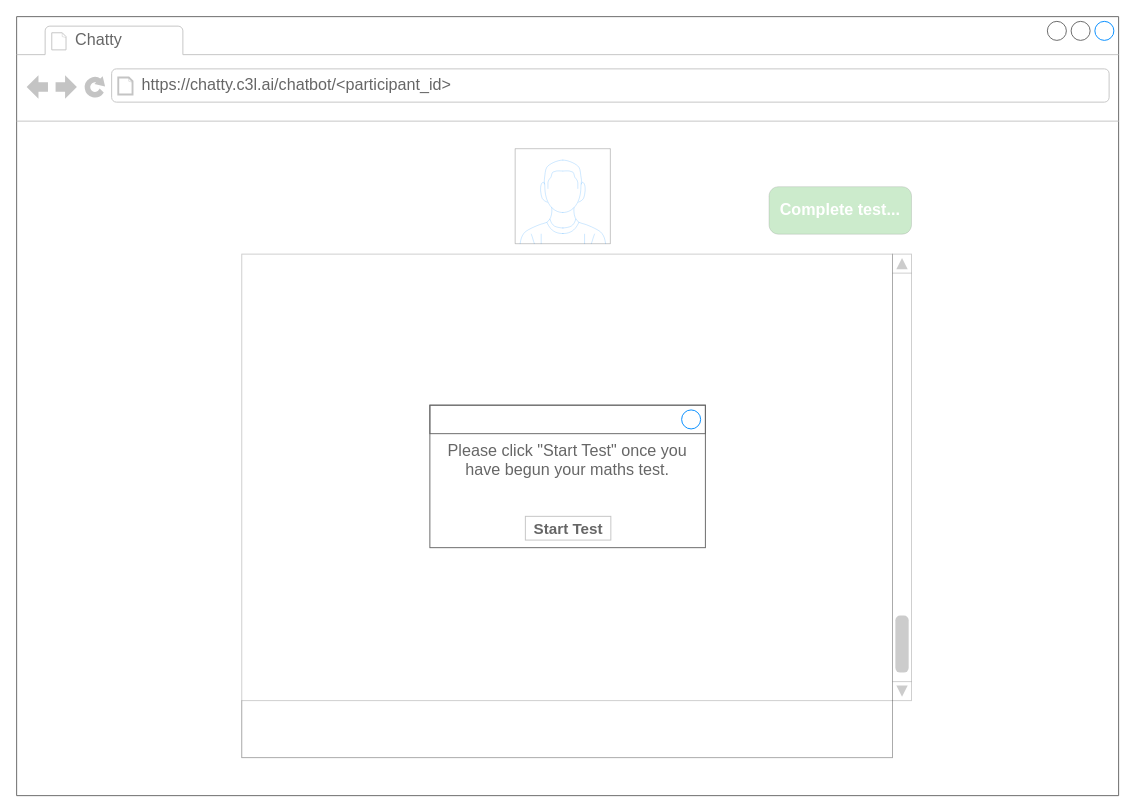
This is page "Chatbot Start" (3 of 8) of docs/Maths_Anxiety_Chatbot_UI.drawio from c3l-lab/maths-anxiety-chatbot, a draw.io file, before an edit. Source tidied: cells renumbered, new cells numbered last; positions are measured from the earlier drawing's top-left corner, leaving out a move shared by most shapes. Both pictures are drawn from the tidied source at 95%, with x=0, y=0 at pixel (16, 16).
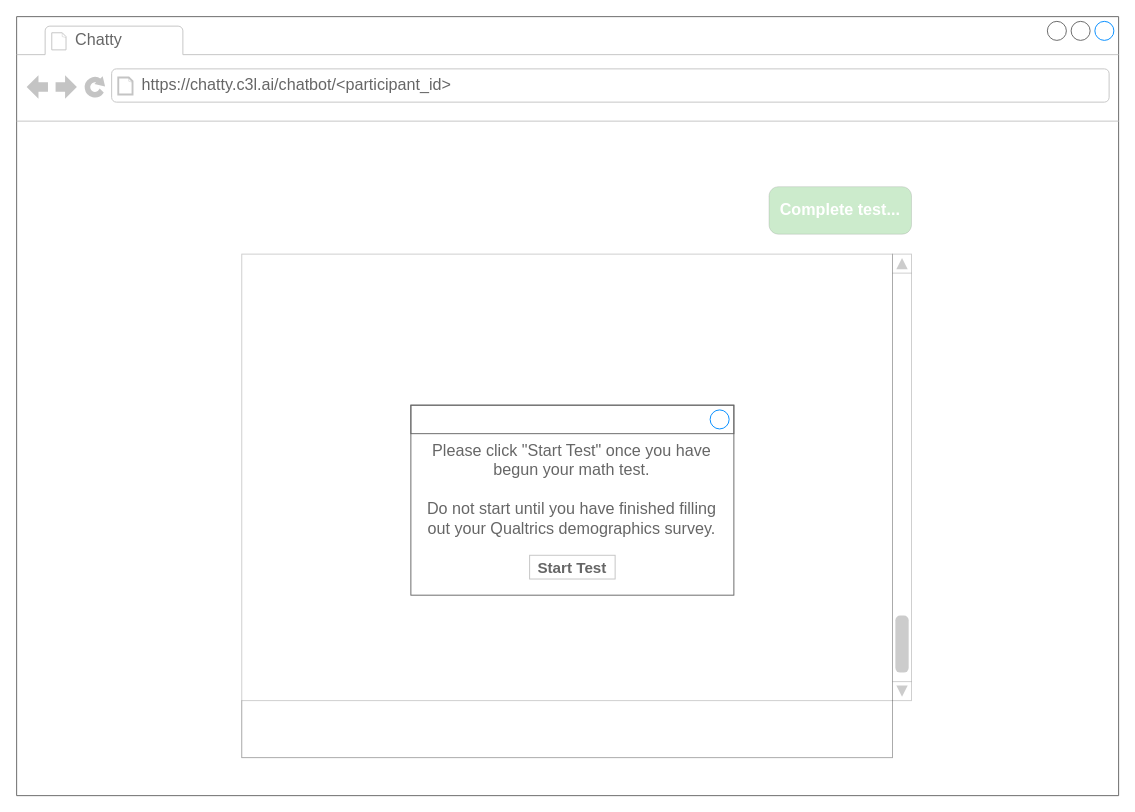
Above is the later version.

What changed in the source:
```diff
@@
 <mxGraphModel>
   <root>
     <mxCell id="0" />
     <mxCell id="1" parent="0" />
     <mxCell id="2" style="strokeWidth=1;shadow=0;dashed=0;align=center;html=1;shape=mxgraph.mockup.containers.browserWindow;rSize=0;strokeColor=#666666;strokeColor2=#008cff;strokeColor3=#c4c4c4;mainText=,;" parent="1" vertex="1">
       <mxGeometry width="1160" height="820" as="geometry" />
     </mxCell>
     <mxCell id="3" value="Chatty" style="strokeWidth=1;shadow=0;dashed=0;align=center;html=1;shape=mxgraph.mockup.containers.anchor;fontSize=17;fontColor=#666666;align=left;whiteSpace=wrap;" parent="2" vertex="1">
       <mxGeometry x="60" y="12" width="110" height="26" as="geometry" />
     </mxCell>
     <mxCell id="4" value="https://chatty.c3l.ai/chatbot/&amp;lt;participant_id&amp;gt;" style="strokeWidth=1;shadow=0;dashed=0;align=center;html=1;shape=mxgraph.mockup.containers.anchor;rSize=0;fontSize=17;fontColor=#666666;align=left;" parent="2" vertex="1">
       <mxGeometry x="130" y="60" width="350" height="26" as="geometry" />
     </mxCell>
-    <mxCell id="5" style="verticalLabelPosition=bottom;shadow=0;dashed=0;align=center;html=1;verticalAlign=top;strokeWidth=1;shape=mxgraph.mockup.containers.userMale;strokeColor=#666666;strokeColor2=#008cff;opacity=20;" parent="1" vertex="1">
-      <mxGeometry x="525" y="139" width="100" height="100" as="geometry" />
-    </mxCell>
     <mxCell id="6" style="rounded=0;whiteSpace=wrap;html=1;opacity=20;" parent="1" vertex="1">
       <mxGeometry x="237" y="250" width="685" height="530" as="geometry" />
     </mxCell>
     <mxCell id="7" style="verticalLabelPosition=bottom;shadow=0;dashed=0;align=center;html=1;verticalAlign=top;strokeWidth=1;shape=mxgraph.mockup.navigation.scrollBar;barPos=2.578;fillColor2=#0000000;strokeColor2=none;direction=north;opacity=20;" parent="1" vertex="1">
       <mxGeometry x="922" y="250" width="20" height="470" as="geometry" />
     </mxCell>
     <mxCell id="8" value="Complete test..." style="strokeWidth=1;shadow=0;dashed=0;align=center;html=1;shape=mxgraph.mockup.buttons.button;strokeColor=#666666;fontColor=#ffffff;mainText=;buttonStyle=round;fontSize=17;fontStyle=1;fillColor=#009900;whiteSpace=wrap;opacity=20;" parent="1" vertex="1">
       <mxGeometry x="792" y="179" width="150" height="50" as="geometry" />
     </mxCell>
     <mxCell id="9" style="rounded=0;whiteSpace=wrap;html=1;opacity=20;" parent="1" vertex="1">
       <mxGeometry x="237" y="720" width="685" height="60" as="geometry" />
     </mxCell>
-    <mxCell id="10" value="Please click &quot;Start Test&quot; once you have begun your maths test." style="strokeWidth=1;shadow=0;dashed=0;align=center;html=1;shape=mxgraph.mockup.containers.rrect;rSize=0;strokeColor=#666666;fontColor=#666666;fontSize=17;verticalAlign=top;whiteSpace=wrap;fillColor=#ffffff;spacingTop=32;spacingLeft=2;spacingRight=2;" parent="1" vertex="1">
-      <mxGeometry x="435" y="409" width="290" height="150" as="geometry" />
+    <mxCell id="10" value="&lt;div&gt;Please click &quot;Start Test&quot; once you have begun your math test.&lt;/div&gt;&lt;div&gt;&lt;br&gt;&lt;/div&gt;&lt;div&gt;Do not start until you have finished filling out your Qualtrics demographics survey.&lt;br&gt;&lt;/div&gt;" style="strokeWidth=1;shadow=0;dashed=0;align=center;html=1;shape=mxgraph.mockup.containers.rrect;rSize=0;strokeColor=#666666;fontColor=#666666;fontSize=17;verticalAlign=top;whiteSpace=wrap;fillColor=#ffffff;spacingTop=32;spacingLeft=6;spacingRight=7;" parent="1" vertex="1">
+      <mxGeometry x="415" y="409" width="340" height="200" as="geometry" />
     </mxCell>
     <mxCell id="11" style="strokeWidth=1;shadow=0;dashed=0;align=center;html=1;shape=mxgraph.mockup.containers.rrect;rSize=0;fontSize=17;fontColor=#666666;strokeColor=#666666;align=left;spacingLeft=8;fillColor=none;whiteSpace=wrap;" parent="10" vertex="1">
-      <mxGeometry width="290" height="30" relative="1" as="geometry" />
+      <mxGeometry width="340" height="30" relative="1" as="geometry" />
     </mxCell>
     <mxCell id="12" style="shape=ellipse;strokeColor=#008cff;fillColor=none;html=1;" parent="11" vertex="1">
       <mxGeometry x="1" y="0.5" width="20" height="20" relative="1" as="geometry">
         <mxPoint x="-25" y="-10" as="offset" />
       </mxGeometry>
     </mxCell>
     <mxCell id="13" value="Start Test" style="strokeWidth=1;shadow=0;dashed=0;align=center;html=1;shape=mxgraph.mockup.containers.rrect;rSize=0;fontSize=16;fontColor=#666666;strokeColor=#c4c4c4;whiteSpace=wrap;fillColor=none;fontStyle=1;" parent="10" vertex="1">
       <mxGeometry x="0.75" y="1" width="90" height="25" relative="1" as="geometry">
-        <mxPoint x="-117" y="-33" as="offset" />
+        <mxPoint x="-130" y="-42" as="offset" />
       </mxGeometry>
     </mxCell>
   </root>
 </mxGraphModel>
```
